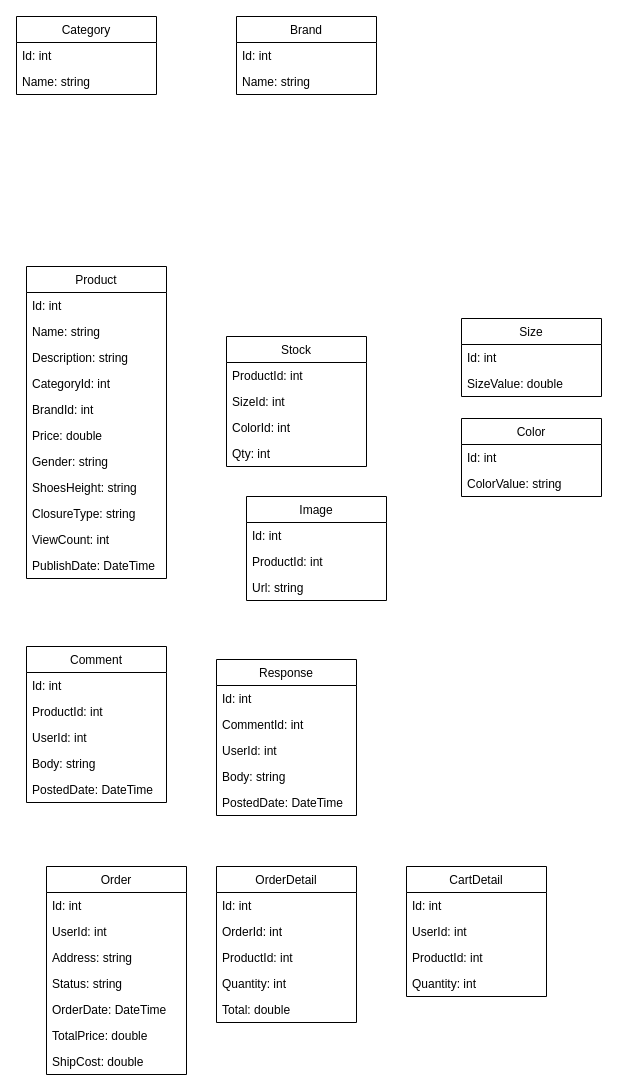
This is db.drawio from ncnt257/Hyper-Shop, a draw.io file, before an edit. Source tidied: cells renumbered, new cells numbered last; positions are measured from the earlier drawing's top-left corner, leaving out a move shared by most shapes. Both pictures are drawn from the tidied source at 100%, with x=0, y=0 at pixel (16, 16).
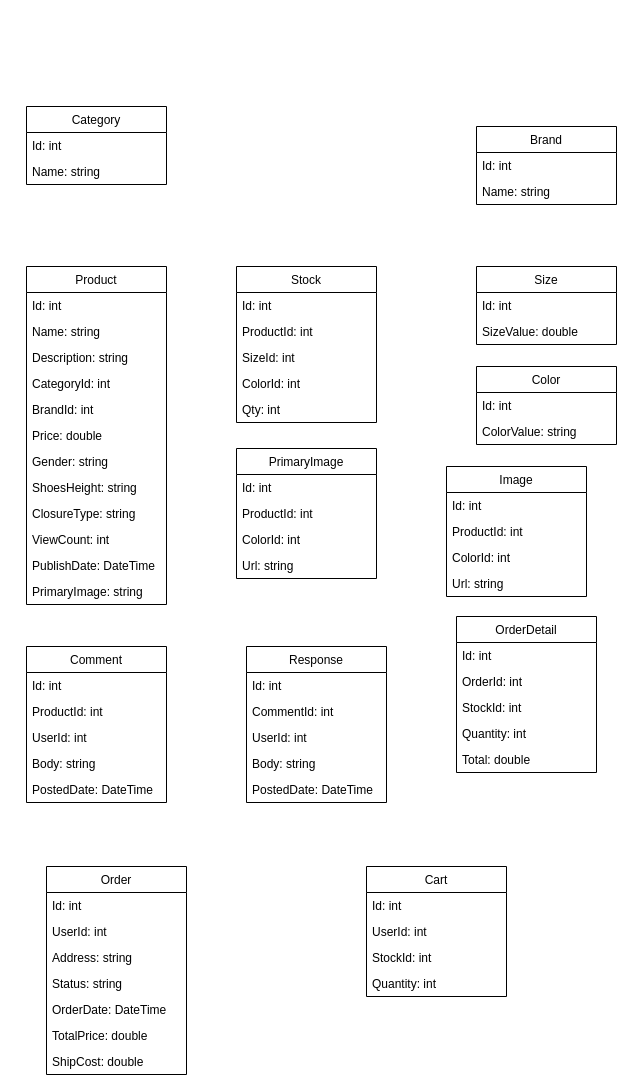
Above is the later version.

The edit, as a diff of the source:
```diff
@@
     <mxCell id="2" value="Category" style="swimlane;fontStyle=0;horizontal=1;startSize=26;fillColor=none;" parent="1" vertex="1">
-      <mxGeometry width="140" height="78" as="geometry" />
+      <mxGeometry x="10" y="90" width="140" height="78" as="geometry" />
     </mxCell>
@@
     <mxCell id="5" value="Brand" style="swimlane;fontStyle=0;horizontal=1;startSize=26;fillColor=none;" parent="1" vertex="1">
-      <mxGeometry x="220" width="140" height="78" as="geometry" />
+      <mxGeometry x="460" y="110" width="140" height="78" as="geometry" />
     </mxCell>
@@
     <mxCell id="8" value="Product" style="swimlane;fontStyle=0;horizontal=1;startSize=26;fillColor=none;" parent="1" vertex="1">
-      <mxGeometry x="10" y="250" width="140" height="312" as="geometry" />
+      <mxGeometry x="10" y="250" width="140" height="338" as="geometry" />
     </mxCell>
@@
+    <mxCell id="66" value="PrimaryImage: string" style="text;strokeColor=none;fillColor=none;align=left;verticalAlign=top;spacingLeft=4;spacingRight=4;overflow=hidden;" parent="8" vertex="1">
+      <mxGeometry y="312" width="140" height="26" as="geometry" />
+    </mxCell>
     <mxCell id="20" value="Size" style="swimlane;fontStyle=0;horizontal=1;startSize=26;fillColor=none;" parent="1" vertex="1">
-      <mxGeometry x="445" y="302" width="140" height="78" as="geometry" />
+      <mxGeometry x="460" y="250" width="140" height="78" as="geometry" />
     </mxCell>
@@
     <mxCell id="29" value="Response" style="swimlane;fontStyle=0;horizontal=1;startSize=26;fillColor=none;" parent="1" vertex="1">
-      <mxGeometry x="200" y="643" width="140" height="156" as="geometry" />
+      <mxGeometry x="230" y="630" width="140" height="156" as="geometry" />
     </mxCell>
@@
     <mxCell id="43" value="OrderDetail" style="swimlane;fontStyle=0;horizontal=1;startSize=26;fillColor=none;" parent="1" vertex="1">
-      <mxGeometry x="200" y="850" width="140" height="156" as="geometry" />
+      <mxGeometry x="440" y="600" width="140" height="156" as="geometry" />
     </mxCell>
@@
-    <mxCell id="46" value="ProductId: int" style="text;strokeColor=none;fillColor=none;align=left;verticalAlign=top;spacingLeft=4;spacingRight=4;overflow=hidden;" parent="43" vertex="1">
+    <mxCell id="46" value="StockId: int" style="text;strokeColor=none;fillColor=none;align=left;verticalAlign=top;spacingLeft=4;spacingRight=4;overflow=hidden;" parent="43" vertex="1">
       <mxGeometry y="78" width="140" height="26" as="geometry" />
     </mxCell>
@@
-    <mxCell id="49" value="CartDetail" style="swimlane;fontStyle=0;horizontal=1;startSize=26;fillColor=none;" parent="1" vertex="1">
-      <mxGeometry x="390" y="850" width="140" height="130" as="geometry" />
+    <mxCell id="49" value="Cart" style="swimlane;fontStyle=0;horizontal=1;startSize=26;fillColor=none;" parent="1" vertex="1">
+      <mxGeometry x="350" y="850" width="140" height="130" as="geometry" />
     </mxCell>
@@
-    <mxCell id="52" value="ProductId: int" style="text;strokeColor=none;fillColor=none;align=left;verticalAlign=top;spacingLeft=4;spacingRight=4;overflow=hidden;" parent="49" vertex="1">
+    <mxCell id="52" value="StockId: int" style="text;strokeColor=none;fillColor=none;align=left;verticalAlign=top;spacingLeft=4;spacingRight=4;overflow=hidden;" parent="49" vertex="1">
       <mxGeometry y="78" width="140" height="26" as="geometry" />
     </mxCell>
@@
     <mxCell id="54" value="Color" style="swimlane;fontStyle=0;horizontal=1;startSize=26;fillColor=none;" parent="1" vertex="1">
-      <mxGeometry x="445" y="402" width="140" height="78" as="geometry" />
+      <mxGeometry x="460" y="350" width="140" height="78" as="geometry" />
     </mxCell>
@@
     <mxCell id="57" value="Stock" style="swimlane;fontStyle=0;horizontal=1;startSize=26;fillColor=none;" parent="1" vertex="1">
-      <mxGeometry x="210" y="320" width="140" height="130" as="geometry" />
+      <mxGeometry x="220" y="250" width="140" height="156" as="geometry" />
     </mxCell>
+    <mxCell id="67" value="Id: int" style="text;strokeColor=none;fillColor=none;align=left;verticalAlign=top;spacingLeft=4;spacingRight=4;overflow=hidden;" parent="57" vertex="1">
+      <mxGeometry y="26" width="140" height="26" as="geometry" />
+    </mxCell>
     <mxCell id="58" value="ProductId: int" style="text;strokeColor=none;fillColor=none;align=left;verticalAlign=top;spacingLeft=4;spacingRight=4;overflow=hidden;" parent="57" vertex="1">
-      <mxGeometry y="26" width="140" height="26" as="geometry" />
+      <mxGeometry y="52" width="140" height="26" as="geometry" />
     </mxCell>
     <mxCell id="59" value="SizeId: int" style="text;strokeColor=none;fillColor=none;align=left;verticalAlign=top;spacingLeft=4;spacingRight=4;overflow=hidden;" parent="57" vertex="1">
-      <mxGeometry y="52" width="140" height="26" as="geometry" />
+      <mxGeometry y="78" width="140" height="26" as="geometry" />
     </mxCell>
     <mxCell id="60" value="ColorId: int" style="text;strokeColor=none;fillColor=none;align=left;verticalAlign=top;spacingLeft=4;spacingRight=4;overflow=hidden;" parent="57" vertex="1">
-      <mxGeometry y="78" width="140" height="26" as="geometry" />
+      <mxGeometry y="104" width="140" height="26" as="geometry" />
     </mxCell>
     <mxCell id="61" value="Qty: int" style="text;strokeColor=none;fillColor=none;align=left;verticalAlign=top;spacingLeft=4;spacingRight=4;overflow=hidden;" parent="57" vertex="1">
-      <mxGeometry y="104" width="140" height="26" as="geometry" />
+      <mxGeometry y="130" width="140" height="26" as="geometry" />
     </mxCell>
-    <mxCell id="62" value="Image" style="swimlane;fontStyle=0;horizontal=1;startSize=26;fillColor=none;" parent="1" vertex="1">
-      <mxGeometry x="230" y="480" width="140" height="104" as="geometry" />
+    <mxCell id="62" value="PrimaryImage" style="swimlane;fontStyle=0;horizontal=1;startSize=26;fillColor=none;" parent="1" vertex="1">
+      <mxGeometry x="220" y="432" width="140" height="130" as="geometry" />
     </mxCell>
@@
+    <mxCell id="68" value="ColorId: int" style="text;strokeColor=none;fillColor=none;align=left;verticalAlign=top;spacingLeft=4;spacingRight=4;overflow=hidden;" parent="62" vertex="1">
+      <mxGeometry y="78" width="140" height="26" as="geometry" />
+    </mxCell>
     <mxCell id="65" value="Url: string" style="text;strokeColor=none;fillColor=none;align=left;verticalAlign=top;spacingLeft=4;spacingRight=4;overflow=hidden;" parent="62" vertex="1">
-      <mxGeometry y="78" width="140" height="26" as="geometry" />
+      <mxGeometry y="104" width="140" height="26" as="geometry" />
     </mxCell>
+    <mxCell id="69" value="Image" style="swimlane;fontStyle=0;horizontal=1;startSize=26;fillColor=none;" parent="1" vertex="1">
+      <mxGeometry x="430" y="450" width="140" height="130" as="geometry" />
+    </mxCell>
+    <mxCell id="70" value="Id: int" style="text;strokeColor=none;fillColor=none;align=left;verticalAlign=top;spacingLeft=4;spacingRight=4;overflow=hidden;" parent="69" vertex="1">
+      <mxGeometry y="26" width="140" height="26" as="geometry" />
+    </mxCell>
+    <mxCell id="71" value="ProductId: int" style="text;strokeColor=none;fillColor=none;align=left;verticalAlign=top;spacingLeft=4;spacingRight=4;overflow=hidden;" parent="69" vertex="1">
+      <mxGeometry y="52" width="140" height="26" as="geometry" />
+    </mxCell>
+    <mxCell id="72" value="ColorId: int" style="text;strokeColor=none;fillColor=none;align=left;verticalAlign=top;spacingLeft=4;spacingRight=4;overflow=hidden;" parent="69" vertex="1">
+      <mxGeometry y="78" width="140" height="26" as="geometry" />
+    </mxCell>
+    <mxCell id="73" value="Url: string" style="text;strokeColor=none;fillColor=none;align=left;verticalAlign=top;spacingLeft=4;spacingRight=4;overflow=hidden;" parent="69" vertex="1">
+      <mxGeometry y="104" width="140" height="26" as="geometry" />
+    </mxCell>
```
